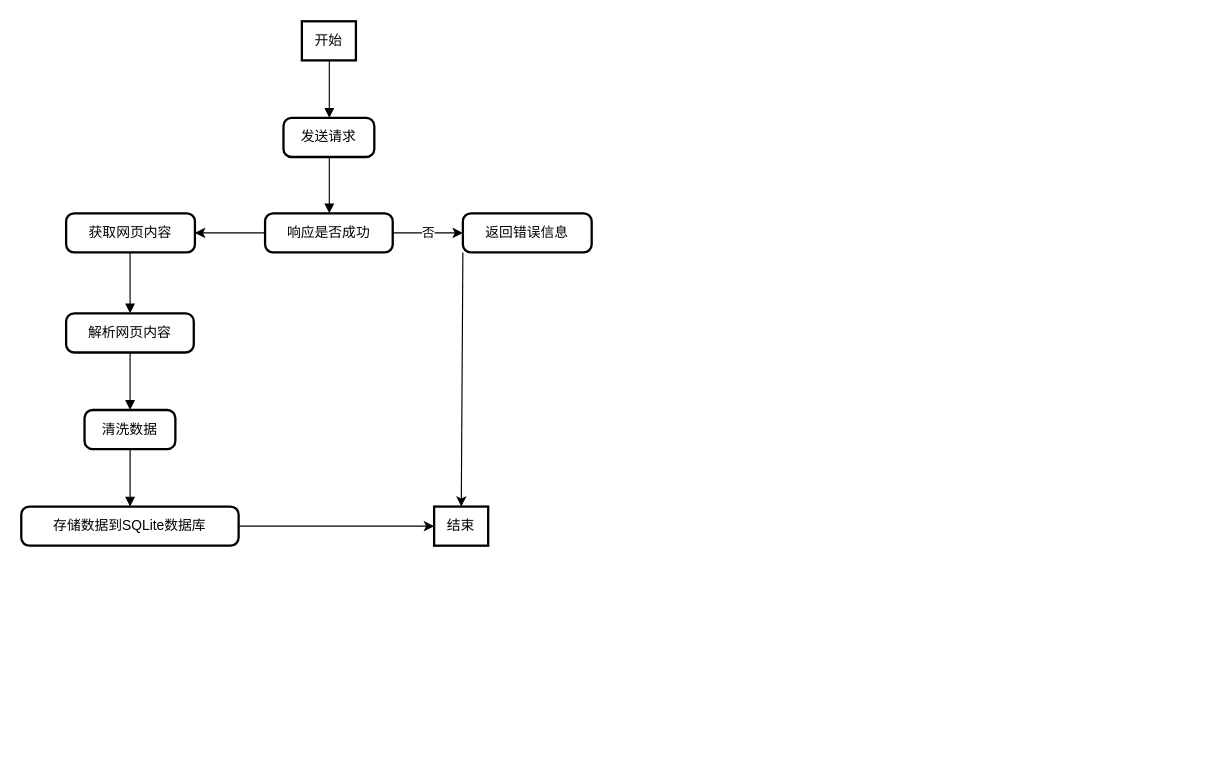
Before: 未命名绘图.drawio in he1771129657/-python, a draw.io diagram. Source tidied: cells renumbered, new cells numbered last; positions are measured from the earlier drawing's top-left corner, leaving out a move shared by most shapes. Both pictures are drawn from the tidied source at 115%, with x=0, y=0 at pixel (21, 21).
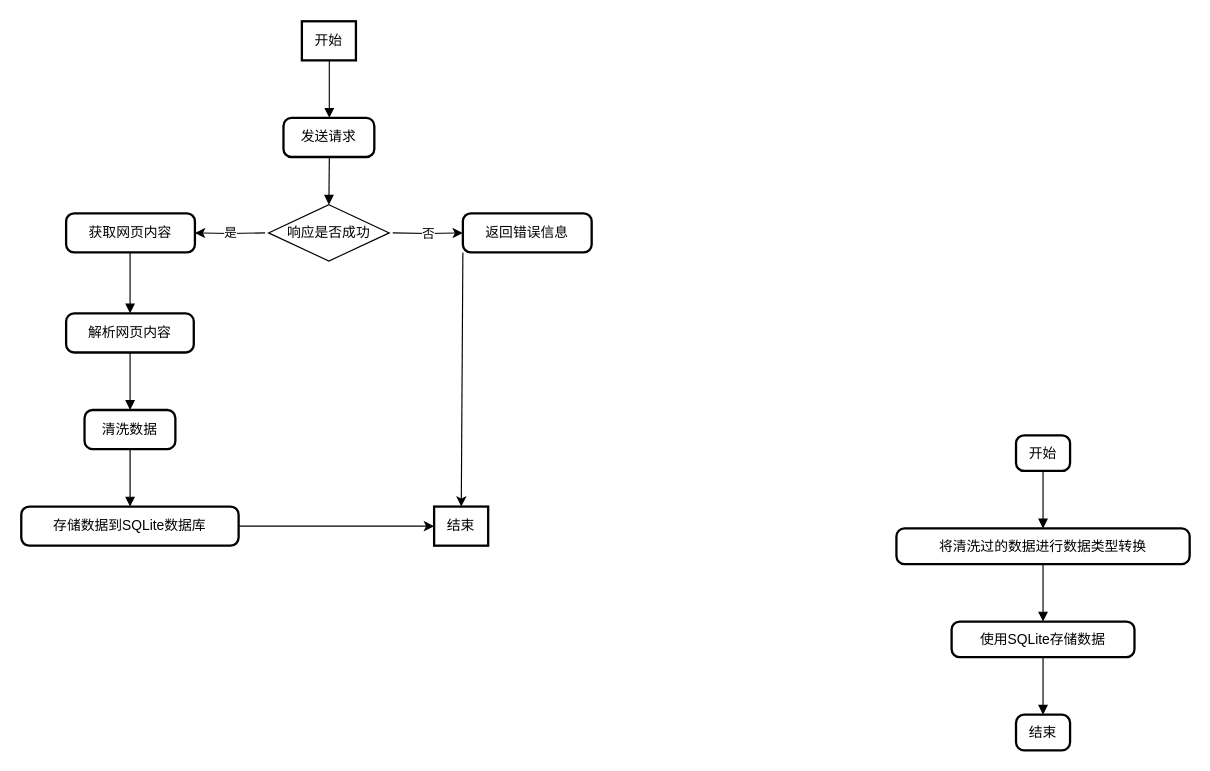
The same diagram, later.

Commit message:
更新未命名绘图.drawio

Unchanged cells that the change refers to:
```xml
<mxCell id="3" value="发送请求" style="rounded=1;absoluteArcSize=1;arcSize=14;whiteSpace=wrap;strokeWidth=2;" parent="1" vertex="1">
  <mxGeometry x="228" y="84" width="79" height="34" as="geometry" />
</mxCell>
<mxCell id="7" value="获取网页内容" style="rounded=1;absoluteArcSize=1;arcSize=14;whiteSpace=wrap;strokeWidth=2;" parent="1" vertex="1">
  <mxGeometry x="39" y="167" width="112" height="34" as="geometry" />
</mxCell>
<mxCell id="9" value="返回错误信息" style="rounded=1;absoluteArcSize=1;arcSize=14;whiteSpace=wrap;strokeWidth=2;" parent="1" vertex="1">
  <mxGeometry x="384" y="167" width="112" height="34" as="geometry" />
</mxCell>
```

Change to the diagram source:
```diff
@@
-    <mxCell id="4" style="edgeStyle=orthogonalEdgeStyle;rounded=0;jettySize=auto;html=1;exitX=0;exitY=0.5;exitDx=0;exitDy=0;entryX=1;entryY=0.5;entryDx=0;entryDy=0;" parent="1" edge="1" source="6" target="7">
-      <mxGeometry relative="1" as="geometry" />
+    <mxCell id="4" value="是" style="edgeStyle=orthogonalEdgeStyle;rounded=0;jettySize=auto;html=1;exitX=0;exitY=0.5;exitDx=0;exitDy=0;entryX=1;entryY=0.5;entryDx=0;entryDy=0;" parent="1" edge="1" target="7">
+      <mxGeometry relative="1" as="geometry">
+        <mxPoint x="212" y="184" as="sourcePoint" />
+      </mxGeometry>
     </mxCell>
-    <mxCell id="5" value="否" style="edgeStyle=orthogonalEdgeStyle;rounded=0;jettySize=auto;html=1;exitX=1;exitY=0.5;exitDx=0;exitDy=0;entryX=0;entryY=0.5;entryDx=0;entryDy=0;" parent="1" edge="1" source="6" target="9">
-      <mxGeometry relative="1" as="geometry" />
+    <mxCell id="5" value="否" style="edgeStyle=orthogonalEdgeStyle;rounded=0;jettySize=auto;html=1;exitX=1;exitY=0.5;exitDx=0;exitDy=0;entryX=0;entryY=0.5;entryDx=0;entryDy=0;" parent="1" edge="1" target="9">
+      <mxGeometry relative="1" as="geometry">
+        <mxPoint x="323" y="184" as="sourcePoint" />
+      </mxGeometry>
     </mxCell>
-    <mxCell id="6" value="响应是否成功" style="rounded=1;absoluteArcSize=1;arcSize=14;whiteSpace=wrap;strokeWidth=2;" parent="1" vertex="1">
-      <mxGeometry x="212" y="167" width="111" height="34" as="geometry" />
-    </mxCell>
@@
-    <mxCell id="16" style="curved=1;startArrow=none;endArrow=block;exitX=0.5044831143149847;exitY=0.9803922316607308;entryX=0.503190684962917;entryY=0.009803996366613051;rounded=0;" parent="1" edge="1" source="3" target="6">
+    <mxCell id="16" style="curved=1;startArrow=none;endArrow=block;exitX=0.5044831143149847;exitY=0.9803922316607308;entryX=0.5;entryY=0;rounded=0;entryDx=0;entryDy=0;" parent="1" edge="1" source="3" target="6">
       <mxGeometry relative="1" as="geometry" />
     </mxCell>
@@
+    <mxCell id="20" value="开始" style="rounded=1;absoluteArcSize=1;arcSize=14;whiteSpace=wrap;strokeWidth=2;" parent="1" vertex="1">
+      <mxGeometry x="865" y="360" width="47" height="31" as="geometry" />
+    </mxCell>
+    <mxCell id="21" value="将清洗过的数据进行数据类型转换" style="rounded=1;absoluteArcSize=1;arcSize=14;whiteSpace=wrap;strokeWidth=2;" parent="1" vertex="1">
+      <mxGeometry x="761" y="441" width="255" height="31" as="geometry" />
+    </mxCell>
+    <mxCell id="22" value="使用SQLite存储数据" style="rounded=1;absoluteArcSize=1;arcSize=14;whiteSpace=wrap;strokeWidth=2;" parent="1" vertex="1">
+      <mxGeometry x="809" y="522" width="159" height="31" as="geometry" />
+    </mxCell>
+    <mxCell id="23" value="结束" style="rounded=1;absoluteArcSize=1;arcSize=14;whiteSpace=wrap;strokeWidth=2;" parent="1" vertex="1">
+      <mxGeometry x="865" y="603" width="47" height="31" as="geometry" />
+    </mxCell>
+    <mxCell id="24" style="curved=1;startArrow=none;endArrow=block;exitX=0.5;exitY=1;entryX=0.5;entryY=0;rounded=0;" parent="1" edge="1" source="20" target="21">
+      <mxGeometry relative="1" as="geometry" />
+    </mxCell>
+    <mxCell id="25" style="curved=1;startArrow=none;endArrow=block;exitX=0.5;exitY=1;entryX=0.5;entryY=0;rounded=0;" parent="1" edge="1" source="21" target="22">
+      <mxGeometry relative="1" as="geometry" />
+    </mxCell>
+    <mxCell id="26" style="curved=1;startArrow=none;endArrow=block;exitX=0.5;exitY=1;entryX=0.5;entryY=0;rounded=0;" parent="1" edge="1" source="22" target="23">
+      <mxGeometry relative="1" as="geometry" />
+    </mxCell>
+    <mxCell id="6" value="响应是否成功" style="rhombus;whiteSpace=wrap;html=1;" parent="1" vertex="1">
+      <mxGeometry x="215" y="159.5" width="105" height="49" as="geometry" />
+    </mxCell>
```
